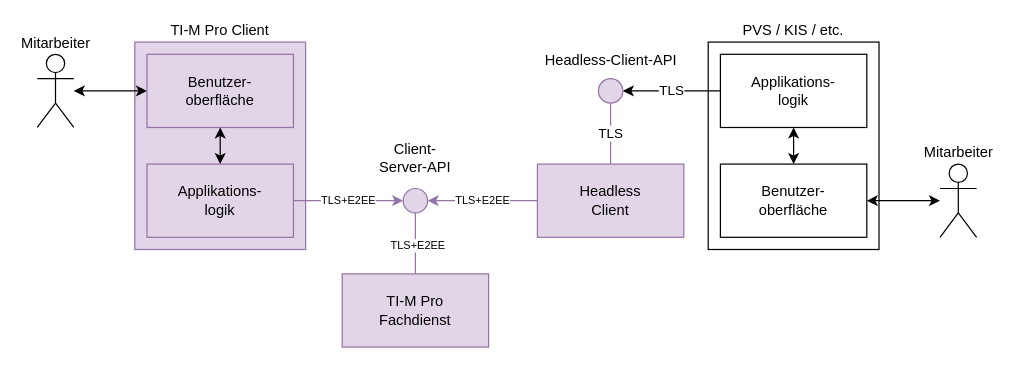
Earlier version of the draw.io diagram src/images/Other/hc-standalone.drawio (gematik/api-ti-messenger). Source tidied: cells renumbered, new cells numbered last; positions are measured from the earlier drawing's top-left corner, leaving out a move shared by most shapes. Both pictures are drawn from the tidied source at 122%, with x=0, y=0 at pixel (37, 41).
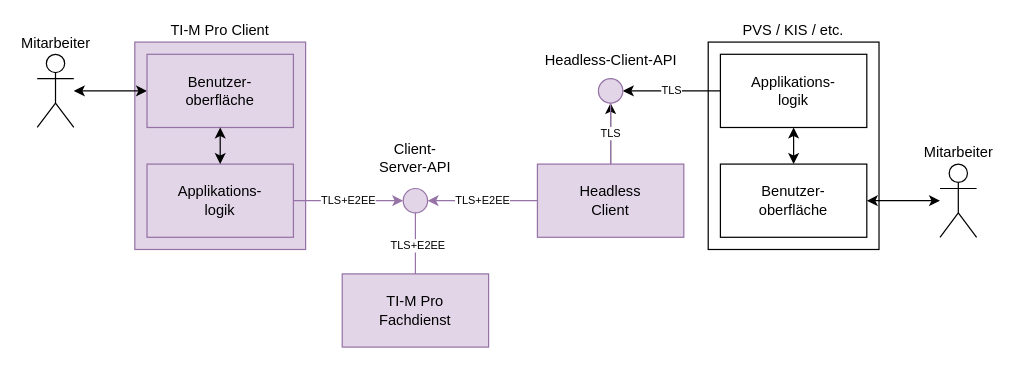
After the change.

Commit message:
Fix font size

Unchanged cells that the change refers to:
```xml
<mxCell id="14" value="Headless&lt;div&gt;Client&lt;/div&gt;" style="rounded=0;whiteSpace=wrap;html=1;fillColor=#e1d5e7;strokeColor=#9673a6;" parent="1" vertex="1">
  <mxGeometry x="410" y="100" width="120" height="60" as="geometry" />
</mxCell>
<mxCell id="16" value="Applikations-&lt;div&gt;logik&lt;/div&gt;" style="rounded=0;whiteSpace=wrap;html=1;" parent="1" vertex="1">
  <mxGeometry x="560" y="10" width="120" height="60" as="geometry" />
</mxCell>
<mxCell id="20" style="ellipse;whiteSpace=wrap;html=1;fillColor=#e1d5e7;strokeColor=#9673a6;" parent="1" vertex="1">
  <mxGeometry x="460" y="30" width="20" height="20" as="geometry" />
</mxCell>
```

Diff of the diagram source:
```diff
@@
+    <mxCell id="26" style="edgeStyle=orthogonalEdgeStyle;rounded=0;jettySize=auto;html=1;" parent="1" edge="1" source="14" target="20">
+      <mxGeometry relative="1" as="geometry" />
+    </mxCell>
@@
-    <mxCell id="15" value="TLS" style="endArrow=none;startArrow=classic;html=1;rounded=0;exitX=1;exitY=0.5;exitDx=0;exitDy=0;endFill=0;" parent="1" edge="1" source="20" target="16">
+    <mxCell id="15" value="TLS" style="endArrow=none;startArrow=classic;html=1;rounded=0;exitX=1;exitY=0.5;exitDx=0;exitDy=0;endFill=0;fontSize=9;" parent="1" edge="1" source="20" target="16">
       <mxGeometry relative="1" as="geometry">
         <Array as="points">
           <mxPoint x="520" y="40" />
         </Array>
       </mxGeometry>
     </mxCell>
@@
-    <mxCell id="19" value="TLS" style="endArrow=none;html=1;rounded=0;exitX=0.5;exitY=1;exitDx=0;exitDy=0;fillColor=#e1d5e7;strokeColor=#9673a6;entryX=0.5;entryY=0;entryDx=0;entryDy=0;" parent="1" edge="1" source="20" target="14">
+    <mxCell id="19" value="TLS" style="endArrow=none;html=1;rounded=0;exitX=0.5;exitY=1;exitDx=0;exitDy=0;fillColor=#e1d5e7;strokeColor=#9673a6;entryX=0.5;entryY=0;entryDx=0;entryDy=0;fontSize=9;" parent="1" edge="1" source="20" target="14">
       <mxGeometry relative="1" as="geometry" />
     </mxCell>
```
